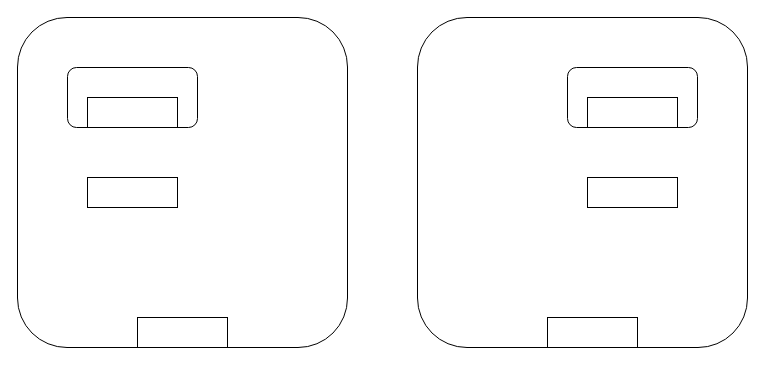
Before: cilium-live-of-a-request.drawio in LuyaoZhong/Figures, a draw.io diagram. Source tidied: cells renumbered, new cells numbered last; positions are measured from the earlier drawing's top-left corner, leaving out a move shared by most shapes. Both pictures are drawn from the tidied source at 100%, with x=0, y=0 at pixel (17, 17).
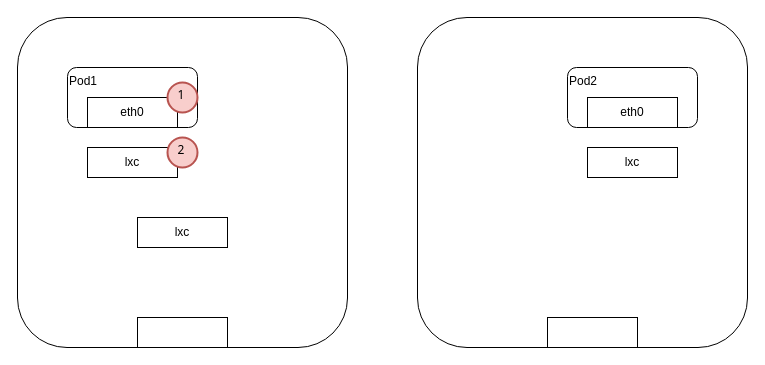
The same diagram, later.

The edit, as a diff of the source:
```diff
@@
 <mxGraphModel>
   <root>
     <mxCell id="0" />
     <mxCell id="1" parent="0" />
     <mxCell id="2" style="rounded=1;whiteSpace=wrap;html=1;" parent="1" vertex="1">
       <mxGeometry width="330" height="330" as="geometry" />
     </mxCell>
-    <mxCell id="3" style="rounded=1;whiteSpace=wrap;html=1;" parent="1" vertex="1">
+    <mxCell id="3" value="Pod1" style="rounded=1;whiteSpace=wrap;html=1;align=left;verticalAlign=top;" parent="1" vertex="1">
       <mxGeometry x="50" y="50" width="130" height="60" as="geometry" />
     </mxCell>
-    <mxCell id="4" style="rounded=0;whiteSpace=wrap;html=1;" parent="1" vertex="1">
+    <mxCell id="4" value="eth0" style="rounded=0;whiteSpace=wrap;html=1;" parent="1" vertex="1">
       <mxGeometry x="70" y="80" width="90" height="30" as="geometry" />
     </mxCell>
     <mxCell id="5" style="rounded=1;whiteSpace=wrap;html=1;" parent="1" vertex="1">
       <mxGeometry x="400" width="330" height="330" as="geometry" />
     </mxCell>
-    <mxCell id="6" style="rounded=1;whiteSpace=wrap;html=1;" parent="1" vertex="1">
+    <mxCell id="6" value="Pod2" style="rounded=1;whiteSpace=wrap;html=1;align=left;verticalAlign=top;" parent="1" vertex="1">
       <mxGeometry x="550" y="50" width="130" height="60" as="geometry" />
     </mxCell>
-    <mxCell id="7" style="rounded=0;whiteSpace=wrap;html=1;" parent="1" vertex="1">
+    <mxCell id="7" value="eth0" style="rounded=0;whiteSpace=wrap;html=1;" parent="1" vertex="1">
       <mxGeometry x="570" y="80" width="90" height="30" as="geometry" />
     </mxCell>
-    <mxCell id="8" style="rounded=0;whiteSpace=wrap;html=1;" parent="1" vertex="1">
-      <mxGeometry x="70" y="160" width="90" height="30" as="geometry" />
+    <mxCell id="8" value="lxc" style="rounded=0;whiteSpace=wrap;html=1;" parent="1" vertex="1">
+      <mxGeometry x="70" y="130" width="90" height="30" as="geometry" />
     </mxCell>
     <mxCell id="9" style="rounded=0;whiteSpace=wrap;html=1;" parent="1" vertex="1">
       <mxGeometry x="120" y="300" width="90" height="30" as="geometry" />
     </mxCell>
-    <mxCell id="10" style="rounded=0;whiteSpace=wrap;html=1;" parent="1" vertex="1">
-      <mxGeometry x="570" y="160" width="90" height="30" as="geometry" />
+    <mxCell id="10" value="lxc" style="rounded=0;whiteSpace=wrap;html=1;" parent="1" vertex="1">
+      <mxGeometry x="570" y="130" width="90" height="30" as="geometry" />
     </mxCell>
     <mxCell id="11" style="rounded=0;whiteSpace=wrap;html=1;" parent="1" vertex="1">
       <mxGeometry x="530" y="300" width="90" height="30" as="geometry" />
     </mxCell>
+    <mxCell id="12" value="lxc" style="rounded=0;whiteSpace=wrap;html=1;" parent="1" vertex="1">
+      <mxGeometry x="120" y="200" width="90" height="30" as="geometry" />
+    </mxCell>
+    <mxCell id="13" value="1" style="ellipse;whiteSpace=wrap;html=1;strokeWidth=2;fontFamily=Tahoma;spacingBottom=4;spacingRight=2;strokeColor=#b85450;fillColor=#f8cecc;" parent="1" vertex="1">
+      <mxGeometry x="150" y="65" width="30" height="30" as="geometry" />
+    </mxCell>
+    <mxCell id="14" value="2" style="ellipse;whiteSpace=wrap;html=1;strokeWidth=2;fontFamily=Tahoma;spacingBottom=4;spacingRight=2;strokeColor=#b85450;fillColor=#f8cecc;" parent="1" vertex="1">
+      <mxGeometry x="150" y="120" width="30" height="30" as="geometry" />
+    </mxCell>
   </root>
 </mxGraphModel>
```
